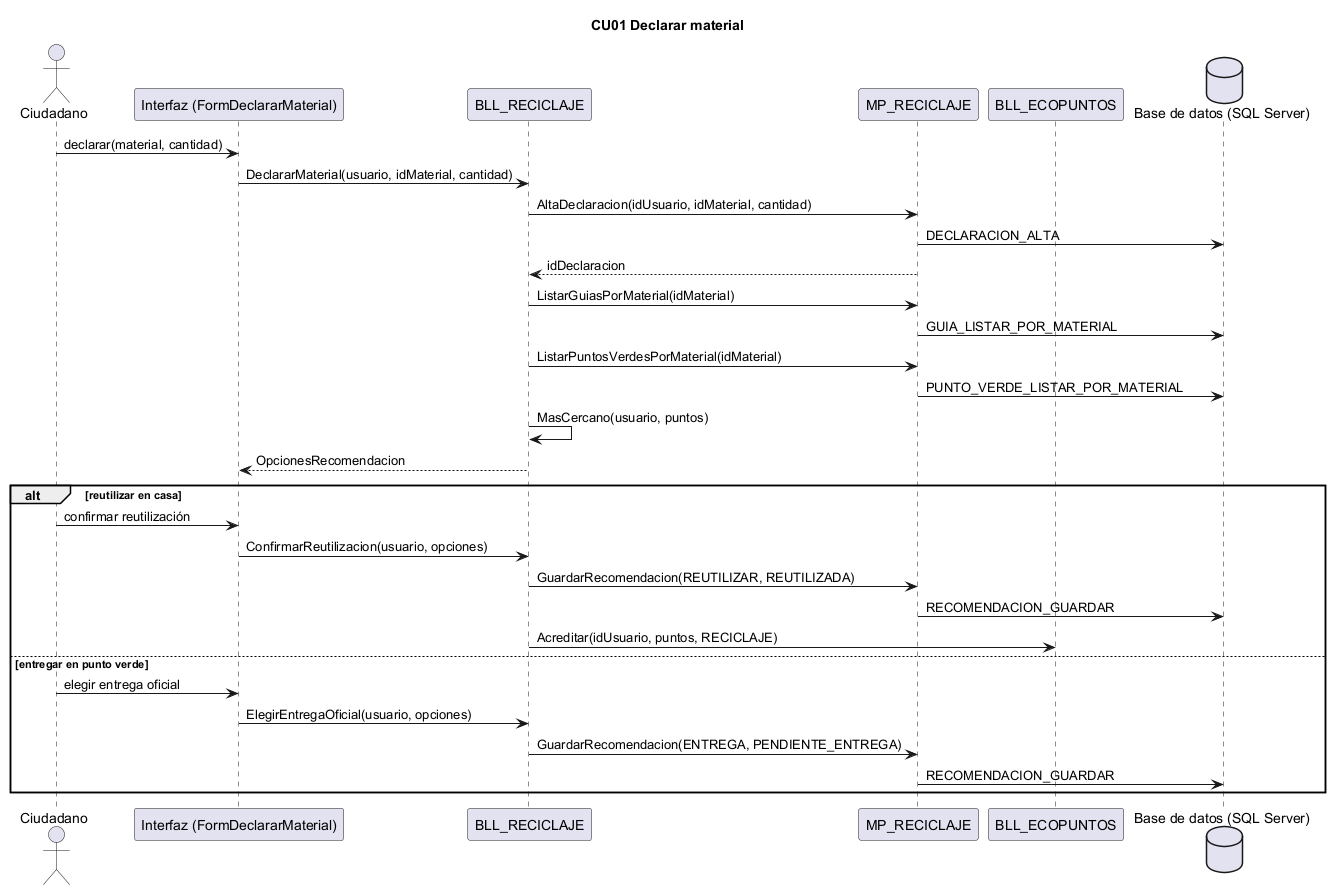
Before: docs/diagramas/secuencias_png/CU01.png, a diagram exported from PlantUML (L-Muniz/uai-diploma_2026).
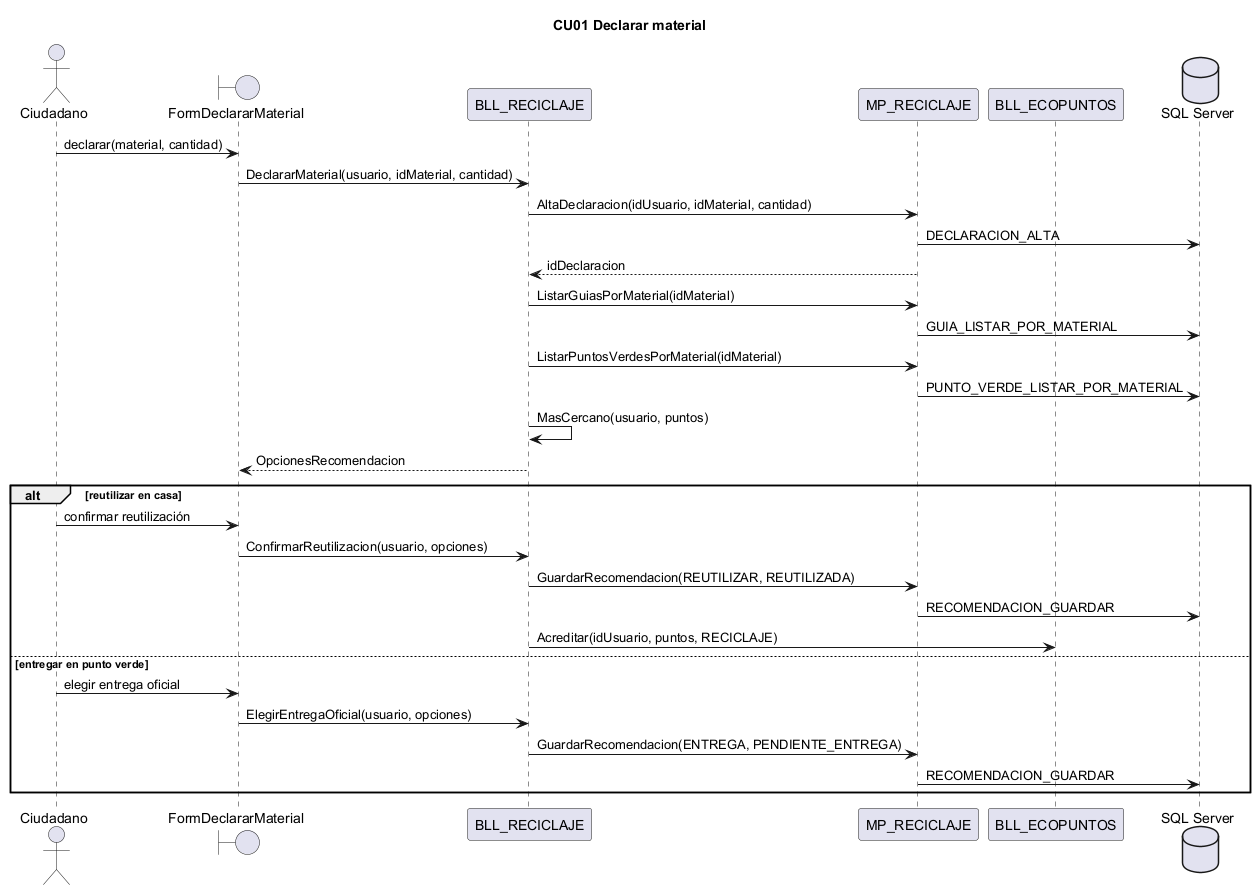
After the commit.

Change to the diagram source:
```diff
@@ -1,11 +1,11 @@
 @startuml CU01
 title CU01 Declarar material
 actor Ciudadano
-participant "Interfaz (FormDeclararMaterial)" as IU
+boundary "FormDeclararMaterial" as IU
 participant "BLL_RECICLAJE" as BLL
 participant "MP_RECICLAJE" as DAL
 participant "BLL_ECOPUNTOS" as EP
-database "Base de datos (SQL Server)" as BD
+database "SQL Server" as BD
 Ciudadano -> IU : declarar(material, cantidad)
 IU -> BLL : DeclararMaterial(usuario, idMaterial, cantidad)
 BLL -> DAL : AltaDeclaracion(idUsuario, idMaterial, cantidad)
```
